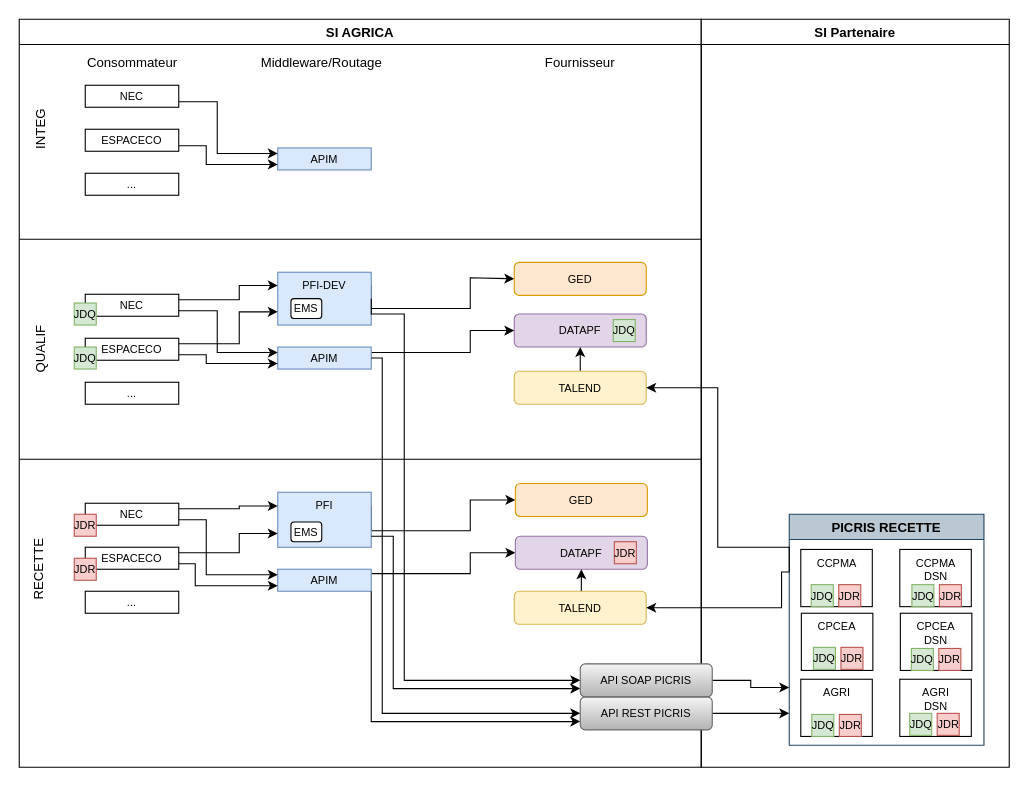
The draw.io diagram environnement.drawio in vdupain/draw.io, before the edit. Source tidied: cells renumbered, new cells numbered last; positions are measured from the earlier drawing's top-left corner, leaving out a move shared by most shapes. Both pictures are drawn from the tidied source at 110%, with x=0, y=0 at pixel (16, 19).
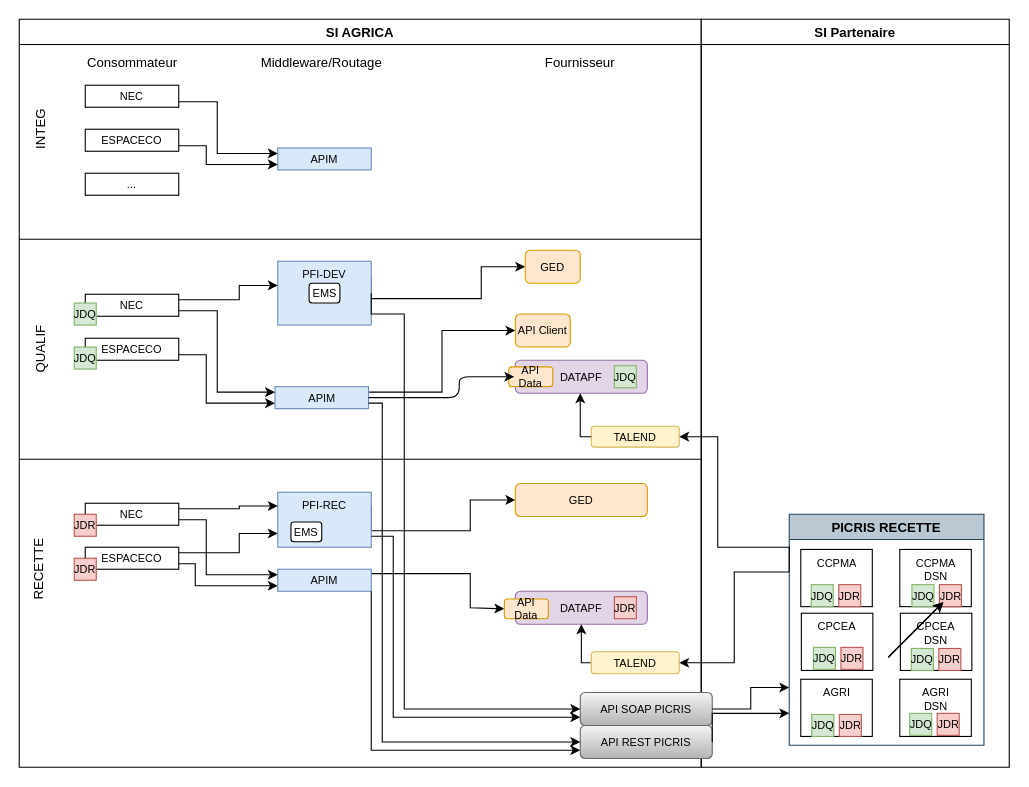
The same page after the edit.

The change refers to these unchanged cells:
```xml
<mxCell id="2" value="SI AGRICA" style="swimlane;" parent="1" vertex="1">
  <mxGeometry x="2" width="620" height="680" as="geometry" />
</mxCell>
<mxCell id="14" value="APIM" style="rounded=0;whiteSpace=wrap;html=1;fontSize=10;fillColor=#dae8fc;strokeColor=#6c8ebf;" parent="2" vertex="1">
  <mxGeometry x="235" y="500" width="85" height="20" as="geometry" />
</mxCell>
<mxCell id="22" value="NEC" style="rounded=0;whiteSpace=wrap;html=1;fontSize=10;" parent="2" vertex="1">
  <mxGeometry x="60" y="250" width="85" height="20" as="geometry" />
</mxCell>
<mxCell id="25" value="ESPACECO" style="rounded=0;whiteSpace=wrap;html=1;fontSize=10;" parent="2" vertex="1">
  <mxGeometry x="60" y="290" width="85" height="20" as="geometry" />
</mxCell>
<mxCell id="53" value="SI Partenaire" style="swimlane;" parent="1" vertex="1">
  <mxGeometry x="622" width="280" height="680" as="geometry" />
</mxCell>
<mxCell id="54" value="PICRIS RECETTE" style="swimlane;fillColor=#bac8d3;strokeColor=#23445d;" parent="53" vertex="1">
  <mxGeometry x="80" y="450" width="177" height="210" as="geometry" />
</mxCell>
```

What changed in the source:
```diff
@@
     <mxCell id="6" value="DATAPF" style="rounded=1;whiteSpace=wrap;html=1;fontSize=10;fillColor=#e1d5e7;strokeColor=#9673a6;" parent="2" vertex="1">
-      <mxGeometry x="450" y="268" width="120" height="30" as="geometry" />
+      <mxGeometry x="451" y="310" width="120" height="30" as="geometry" />
     </mxCell>
     <mxCell id="7" style="edgeStyle=orthogonalEdgeStyle;rounded=0;jettySize=auto;html=1;entryX=0;entryY=0.5;entryDx=0;entryDy=0;fontSize=10;exitX=1;exitY=0.25;exitDx=0;exitDy=0;" parent="2" edge="1" source="8" target="34">
       <mxGeometry relative="1" as="geometry">
         <Array as="points">
-          <mxPoint x="410" y="263" />
-          <mxPoint x="410" y="235" />
+          <mxPoint x="320" y="254" />
+          <mxPoint x="420" y="254" />
+          <mxPoint x="420" y="225" />
         </Array>
       </mxGeometry>
     </mxCell>
     <mxCell id="8" value="PFI-DEV" style="rounded=0;whiteSpace=wrap;html=1;fontSize=10;fillColor=#dae8fc;strokeColor=#6c8ebf;verticalAlign=top;" parent="2" vertex="1">
-      <mxGeometry x="235" y="230" width="85" height="48" as="geometry" />
+      <mxGeometry x="235" y="220" width="85" height="58" as="geometry" />
     </mxCell>
@@
-    <mxCell id="10" value="PFI" style="rounded=0;whiteSpace=wrap;html=1;fontSize=10;fillColor=#dae8fc;strokeColor=#6c8ebf;verticalAlign=top;" parent="2" vertex="1">
+    <mxCell id="10" value="PFI-REC" style="rounded=0;whiteSpace=wrap;html=1;fontSize=10;fillColor=#dae8fc;strokeColor=#6c8ebf;verticalAlign=top;" parent="2" vertex="1">
       <mxGeometry x="235" y="430" width="85" height="50" as="geometry" />
     </mxCell>
-    <mxCell id="11" style="edgeStyle=orthogonalEdgeStyle;rounded=0;jettySize=auto;html=1;entryX=0;entryY=0.5;entryDx=0;entryDy=0;fontSize=10;exitX=1;exitY=0.25;exitDx=0;exitDy=0;" parent="2" edge="1" source="12" target="6">
-      <mxGeometry relative="1" as="geometry">
-        <Array as="points">
-          <mxPoint x="410" y="303" />
-          <mxPoint x="410" y="283" />
-        </Array>
-      </mxGeometry>
-    </mxCell>
+    <mxCell id="85" style="edgeStyle=orthogonalEdgeStyle;rounded=0;jettySize=auto;html=1;exitX=1;exitY=0.25;exitDx=0;exitDy=0;entryX=0;entryY=0.5;entryDx=0;entryDy=0;" parent="2" edge="1" source="12" target="87">
+      <mxGeometry relative="1" as="geometry" />
+    </mxCell>
     <mxCell id="12" value="APIM" style="rounded=0;whiteSpace=wrap;html=1;fontSize=10;fillColor=#dae8fc;strokeColor=#6c8ebf;" parent="2" vertex="1">
-      <mxGeometry x="235" y="298" width="85" height="20" as="geometry" />
+      <mxGeometry x="232.5" y="334" width="85" height="20" as="geometry" />
     </mxCell>
-    <mxCell id="13" style="edgeStyle=orthogonalEdgeStyle;rounded=0;jettySize=auto;html=1;entryX=0;entryY=0.5;entryDx=0;entryDy=0;fontSize=10;exitX=1;exitY=0;exitDx=0;exitDy=0;exitPerimeter=0;" parent="2" edge="1" target="35">
+    <mxCell id="13" style="edgeStyle=orthogonalEdgeStyle;rounded=0;jettySize=auto;html=1;entryX=0;entryY=0.5;entryDx=0;entryDy=0;fontSize=10;exitX=1;exitY=0;exitDx=0;exitDy=0;exitPerimeter=0;" parent="2" edge="1" target="89">
       <mxGeometry relative="1" as="geometry">
         <mxPoint x="320" y="504" as="sourcePoint" />
         <Array as="points">
           <mxPoint x="410" y="504" />
-          <mxPoint x="410" y="485" />
+          <mxPoint x="410" y="535" />
         </Array>
       </mxGeometry>
     </mxCell>
@@
-    <mxCell id="23" style="edgeStyle=orthogonalEdgeStyle;rounded=0;jettySize=auto;html=1;entryX=0;entryY=0.75;entryDx=0;entryDy=0;fontSize=10;exitX=1;exitY=0.25;exitDx=0;exitDy=0;" parent="2" edge="1" source="25" target="8">
-      <mxGeometry relative="1" as="geometry">
-        <Array as="points">
-          <mxPoint x="200" y="295" />
-          <mxPoint x="200" y="266" />
-        </Array>
-      </mxGeometry>
-    </mxCell>
     <mxCell id="24" style="edgeStyle=orthogonalEdgeStyle;rounded=0;jettySize=auto;html=1;entryX=0;entryY=0.75;entryDx=0;entryDy=0;fontSize=10;exitX=1;exitY=0.75;exitDx=0;exitDy=0;" parent="2" edge="1" source="25" target="12">
       <mxGeometry relative="1" as="geometry">
         <Array as="points">
           <mxPoint x="170" y="305" />
-          <mxPoint x="170" y="313" />
+          <mxPoint x="170" y="349" />
         </Array>
       </mxGeometry>
     </mxCell>
@@
-    <mxCell id="26" value="..." style="rounded=0;whiteSpace=wrap;html=1;fontSize=10;" parent="2" vertex="1">
-      <mxGeometry x="60" y="330" width="85" height="20" as="geometry" />
-    </mxCell>
@@
-    <mxCell id="33" value="..." style="rounded=0;whiteSpace=wrap;html=1;fontSize=10;" parent="2" vertex="1">
-      <mxGeometry x="60" y="520" width="85" height="20" as="geometry" />
-    </mxCell>
     <mxCell id="34" value="GED" style="rounded=1;whiteSpace=wrap;html=1;fontSize=10;fillColor=#ffe6cc;strokeColor=#d79b00;" parent="2" vertex="1">
-      <mxGeometry x="450" y="221" width="120" height="30" as="geometry" />
+      <mxGeometry x="460" y="210" width="50" height="30" as="geometry" />
     </mxCell>
     <mxCell id="35" value="DATAPF" style="rounded=1;whiteSpace=wrap;html=1;fontSize=10;fillColor=#e1d5e7;strokeColor=#9673a6;" parent="2" vertex="1">
-      <mxGeometry x="451" y="470" width="120" height="30" as="geometry" />
+      <mxGeometry x="451" y="520" width="120" height="30" as="geometry" />
     </mxCell>
@@
     <mxCell id="37" value="JDQ" style="rounded=0;whiteSpace=wrap;html=1;fontSize=10;fillColor=#d5e8d4;strokeColor=#82b366;" parent="2" vertex="1">
-      <mxGeometry x="540" y="273" width="20" height="20" as="geometry" />
+      <mxGeometry x="541" y="315" width="20" height="20" as="geometry" />
     </mxCell>
     <mxCell id="38" value="JDR" style="rounded=0;whiteSpace=wrap;html=1;fontSize=10;fillColor=#f8cecc;strokeColor=#b85450;" parent="2" vertex="1">
-      <mxGeometry x="541" y="475" width="20" height="20" as="geometry" />
+      <mxGeometry x="541" y="525" width="20" height="20" as="geometry" />
     </mxCell>
@@
     <mxCell id="43" style="edgeStyle=orthogonalEdgeStyle;rounded=0;jettySize=auto;html=1;fontSize=10;entryX=0;entryY=0.25;entryDx=0;entryDy=0;exitX=1;exitY=0.75;exitDx=0;exitDy=0;" parent="2" edge="1" source="22" target="12">
       <mxGeometry relative="1" as="geometry">
         <Array as="points">
           <mxPoint x="180" y="265" />
-          <mxPoint x="180" y="303" />
+          <mxPoint x="180" y="339" />
         </Array>
       </mxGeometry>
     </mxCell>
@@
-    <mxCell id="47" style="edgeStyle=orthogonalEdgeStyle;rounded=0;jettySize=auto;html=1;exitX=0.5;exitY=0;exitDx=0;exitDy=0;entryX=0.5;entryY=1;entryDx=0;entryDy=0;" parent="2" edge="1" source="48" target="6">
-      <mxGeometry relative="1" as="geometry" />
-    </mxCell>
     <mxCell id="48" value="TALEND" style="rounded=1;whiteSpace=wrap;html=1;fontSize=10;fillColor=#fff2cc;strokeColor=#d6b656;" parent="2" vertex="1">
-      <mxGeometry x="450" y="320" width="120" height="30" as="geometry" />
+      <mxGeometry x="520" y="370" width="80" height="19" as="geometry" />
     </mxCell>
-    <mxCell id="49" style="edgeStyle=orthogonalEdgeStyle;rounded=0;jettySize=auto;html=1;exitX=0.5;exitY=0;exitDx=0;exitDy=0;entryX=0.5;entryY=1;entryDx=0;entryDy=0;" parent="2" edge="1" source="50" target="35">
+    <mxCell id="49" style="edgeStyle=orthogonalEdgeStyle;rounded=0;jettySize=auto;html=1;exitX=0;exitY=0.5;exitDx=0;exitDy=0;entryX=0.5;entryY=1;entryDx=0;entryDy=0;" parent="2" edge="1" source="50" target="35">
       <mxGeometry relative="1" as="geometry" />
     </mxCell>
     <mxCell id="50" value="TALEND" style="rounded=1;whiteSpace=wrap;html=1;fontSize=10;fillColor=#fff2cc;strokeColor=#d6b656;" parent="2" vertex="1">
-      <mxGeometry x="450" y="520" width="120" height="30" as="geometry" />
+      <mxGeometry x="520" y="575" width="80" height="20" as="geometry" />
     </mxCell>
     <mxCell id="51" value="EMS" style="rounded=1;whiteSpace=wrap;html=1;fontSize=10;" parent="2" vertex="1">
-      <mxGeometry x="247" y="254" width="28" height="18" as="geometry" />
+      <mxGeometry x="263.5" y="240" width="28" height="18" as="geometry" />
     </mxCell>
@@
+    <mxCell id="86" value="API Data" style="rounded=1;whiteSpace=wrap;html=1;fontSize=10;fillColor=#ffe6cc;strokeColor=#d79b00;" parent="2" vertex="1">
+      <mxGeometry x="445" y="316" width="40" height="18" as="geometry" />
+    </mxCell>
+    <mxCell id="87" value="API Client" style="rounded=1;whiteSpace=wrap;html=1;fontSize=10;fillColor=#ffe6cc;strokeColor=#d79b00;" parent="2" vertex="1">
+      <mxGeometry x="451" y="268" width="50" height="30" as="geometry" />
+    </mxCell>
+    <mxCell id="88" style="edgeStyle=orthogonalEdgeStyle;rounded=0;jettySize=auto;html=1;exitX=0;exitY=0.5;exitDx=0;exitDy=0;" parent="2" edge="1" source="48">
+      <mxGeometry relative="1" as="geometry">
+        <mxPoint x="510" y="340" as="targetPoint" />
+        <Array as="points">
+          <mxPoint x="510" y="380" />
+        </Array>
+      </mxGeometry>
+    </mxCell>
+    <mxCell id="89" value="API Data" style="rounded=1;whiteSpace=wrap;html=1;fontSize=10;fillColor=#ffe6cc;strokeColor=#d79b00;" parent="2" vertex="1">
+      <mxGeometry x="441" y="527" width="40" height="18" as="geometry" />
+    </mxCell>
+    <mxCell id="90" style="endArrow=classic;html=1;exitX=1;exitY=0.5;exitDx=0;exitDy=0;edgeStyle=orthogonalEdgeStyle;entryX=0.125;entryY=0.5;entryDx=0;entryDy=0;entryPerimeter=0;" parent="2" edge="1" source="12" target="86">
+      <mxGeometry relative="1" as="geometry">
+        <Array as="points">
+          <mxPoint x="400" y="344" />
+          <mxPoint x="400" y="325" />
+        </Array>
+      </mxGeometry>
+    </mxCell>
@@
+    <mxCell id="76" value="API REST PICRIS" style="rounded=1;whiteSpace=wrap;html=1;fontSize=10;gradientColor=#b3b3b3;fillColor=#f5f5f5;strokeColor=#666666;" parent="53" vertex="1">
+      <mxGeometry x="-110" y="642" width="120" height="30" as="geometry" />
+    </mxCell>
+    <mxCell id="78" value="API SOAP PICRIS" style="rounded=1;whiteSpace=wrap;html=1;fontSize=10;gradientColor=#b3b3b3;fillColor=#f5f5f5;strokeColor=#666666;" parent="53" vertex="1">
+      <mxGeometry x="-110" y="612" width="120" height="30" as="geometry" />
+    </mxCell>
+    <mxCell id="77" style="edgeStyle=orthogonalEdgeStyle;rounded=0;jettySize=auto;html=1;fontSize=10;exitX=1;exitY=0.5;exitDx=0;exitDy=0;entryX=0;entryY=0.75;entryDx=0;entryDy=0;" parent="53" edge="1" source="78" target="54">
+      <mxGeometry relative="1" as="geometry" />
+    </mxCell>
@@
-    <mxCell id="76" value="API REST PICRIS" style="rounded=1;whiteSpace=wrap;html=1;fontSize=10;gradientColor=#b3b3b3;fillColor=#f5f5f5;strokeColor=#666666;" parent="1" vertex="1">
-      <mxGeometry x="512" y="616" width="120" height="30" as="geometry" />
-    </mxCell>
-    <mxCell id="77" style="edgeStyle=orthogonalEdgeStyle;rounded=0;jettySize=auto;html=1;fontSize=10;exitX=1;exitY=0.5;exitDx=0;exitDy=0;entryX=0;entryY=0.75;entryDx=0;entryDy=0;" parent="1" edge="1" source="78" target="54">
-      <mxGeometry relative="1" as="geometry" />
-    </mxCell>
-    <mxCell id="78" value="API SOAP PICRIS" style="rounded=1;whiteSpace=wrap;html=1;fontSize=10;gradientColor=#b3b3b3;fillColor=#f5f5f5;strokeColor=#666666;" parent="1" vertex="1">
-      <mxGeometry x="512" y="586" width="120" height="30" as="geometry" />
-    </mxCell>
     <mxCell id="79" style="edgeStyle=orthogonalEdgeStyle;rounded=0;jettySize=auto;html=1;entryX=0;entryY=0.5;entryDx=0;entryDy=0;fontSize=10;exitX=1;exitY=0.5;exitDx=0;exitDy=0;" parent="1" edge="1" source="8" target="78">
       <mxGeometry relative="1" as="geometry">
         <Array as="points">
+          <mxPoint x="322" y="268" />
           <mxPoint x="352" y="268" />
-          <mxPoint x="352" y="601" />
+          <mxPoint x="352" y="627" />
         </Array>
       </mxGeometry>
     </mxCell>
     <mxCell id="80" style="edgeStyle=orthogonalEdgeStyle;rounded=0;jettySize=auto;html=1;entryX=0;entryY=0.75;entryDx=0;entryDy=0;fontSize=10;" parent="1" edge="1" source="10" target="78">
       <mxGeometry relative="1" as="geometry">
         <Array as="points">
           <mxPoint x="342" y="470" />
-          <mxPoint x="342" y="609" />
+          <mxPoint x="342" y="635" />
         </Array>
       </mxGeometry>
     </mxCell>
-    <mxCell id="81" style="edgeStyle=orthogonalEdgeStyle;rounded=0;jettySize=auto;html=1;entryX=0;entryY=0.5;entryDx=0;entryDy=0;fontSize=10;exitX=1;exitY=0.5;exitDx=0;exitDy=0;" parent="1" edge="1" source="12" target="76">
+    <mxCell id="81" style="edgeStyle=orthogonalEdgeStyle;rounded=0;jettySize=auto;html=1;entryX=0;entryY=0.5;entryDx=0;entryDy=0;fontSize=10;exitX=1;exitY=0.75;exitDx=0;exitDy=0;" parent="1" edge="1" source="12" target="76">
       <mxGeometry relative="1" as="geometry">
         <Array as="points">
-          <mxPoint x="332" y="308" />
-          <mxPoint x="332" y="631" />
+          <mxPoint x="332" y="349" />
+          <mxPoint x="332" y="657" />
         </Array>
       </mxGeometry>
     </mxCell>
     <mxCell id="82" style="edgeStyle=orthogonalEdgeStyle;rounded=0;jettySize=auto;html=1;entryX=0;entryY=0.75;entryDx=0;entryDy=0;fontSize=10;" parent="1" edge="1" source="14" target="76">
       <mxGeometry relative="1" as="geometry">
         <Array as="points">
-          <mxPoint x="322" y="639" />
+          <mxPoint x="322" y="665" />
         </Array>
       </mxGeometry>
     </mxCell>
     <mxCell id="83" style="edgeStyle=orthogonalEdgeStyle;rounded=0;jettySize=auto;html=1;exitX=0;exitY=0.25;exitDx=0;exitDy=0;entryX=1;entryY=0.5;entryDx=0;entryDy=0;" parent="1" edge="1" source="54" target="48">
       <mxGeometry relative="1" as="geometry">
         <Array as="points">
           <mxPoint x="702" y="480" />
           <mxPoint x="637" y="480" />
-          <mxPoint x="637" y="335" />
+          <mxPoint x="637" y="380" />
         </Array>
       </mxGeometry>
     </mxCell>
     <mxCell id="84" style="edgeStyle=orthogonalEdgeStyle;rounded=0;jettySize=auto;html=1;exitX=0;exitY=0.25;exitDx=0;exitDy=0;entryX=1;entryY=0.5;entryDx=0;entryDy=0;" parent="1" edge="1" source="54" target="50">
       <mxGeometry relative="1" as="geometry">
         <Array as="points">
-          <mxPoint x="695" y="503" />
-          <mxPoint x="695" y="535" />
+          <mxPoint x="652" y="503" />
+          <mxPoint x="652" y="585" />
         </Array>
       </mxGeometry>
     </mxCell>
+    <mxCell id="91" style="endArrow=classic;html=1;" parent="1" edge="1">
+      <mxGeometry relative="1" as="geometry">
+        <mxPoint x="792" y="580" as="sourcePoint" />
+        <mxPoint x="842" y="530" as="targetPoint" />
+      </mxGeometry>
+    </mxCell>
+    <mxCell id="92" style="endArrow=classic;html=1;" parent="1" edge="1">
+      <mxGeometry relative="1" as="geometry">
+        <mxPoint x="792" y="580" as="sourcePoint" />
+        <mxPoint x="842" y="530" as="targetPoint" />
+      </mxGeometry>
+    </mxCell>
+    <mxCell id="93" style="endArrow=classic;html=1;" parent="1" edge="1">
+      <mxGeometry relative="1" as="geometry">
+        <mxPoint x="792" y="580" as="sourcePoint" />
+        <mxPoint x="842" y="530" as="targetPoint" />
+      </mxGeometry>
+    </mxCell>
```
